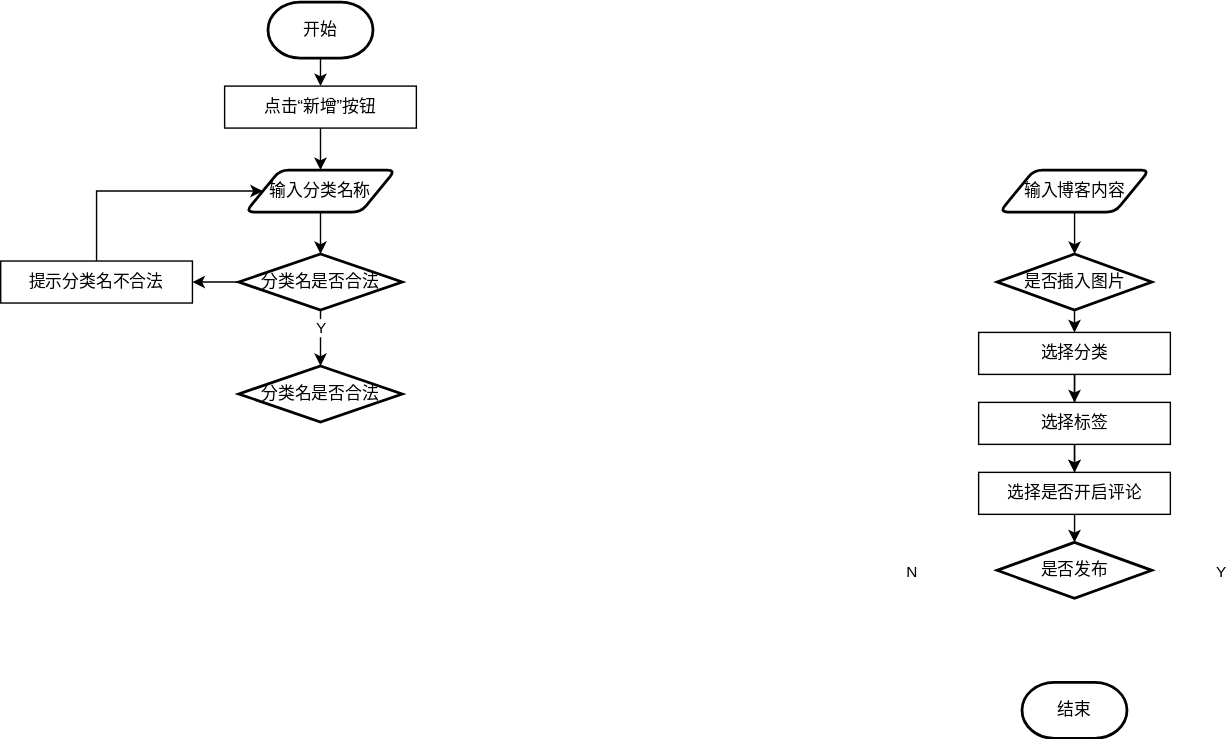
Before: 分类新增功能流程图.drawio.svg, a diagram exported from draw.io (zyl-2000/draw). Source tidied: cells renumbered, new cells last; positions are measured from the earlier drawing's top-left corner, leaving out a move shared by most shapes.
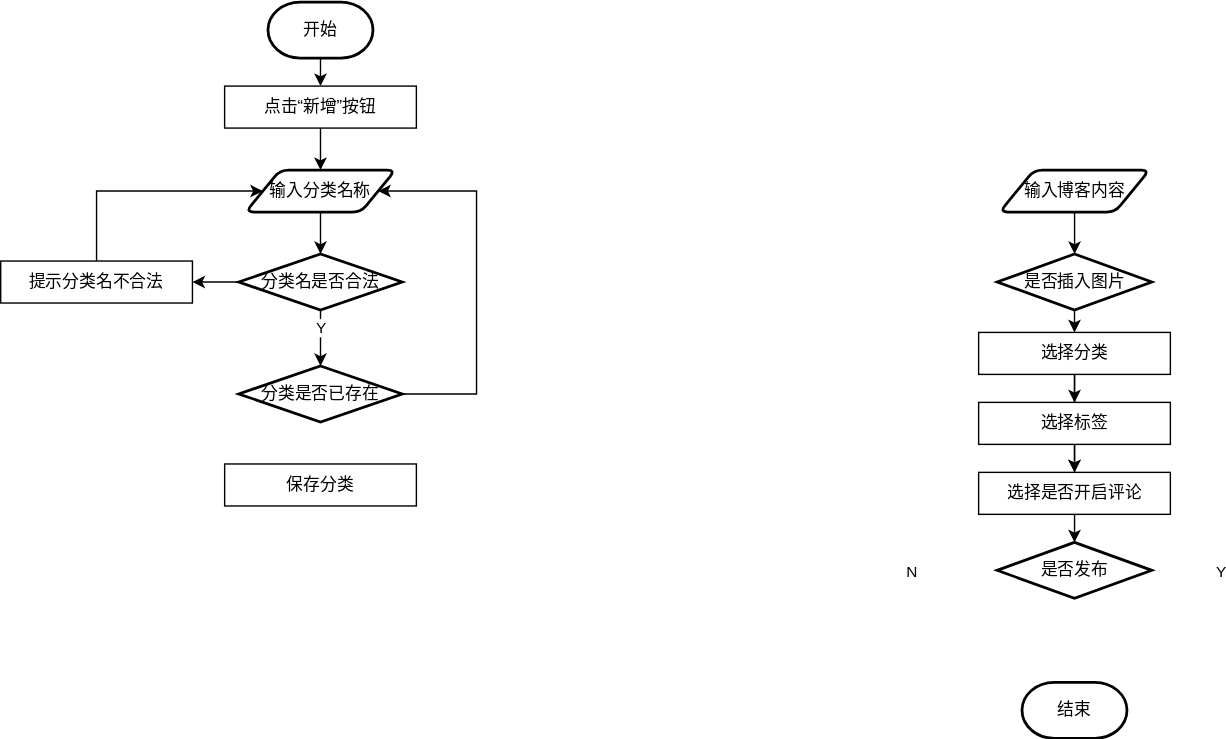
The same diagram one commit later.

Commit message:
更新分类新增功能流程图.drawio.svg

Change to the diagram source:
```diff
@@ -87,8 +87,19 @@
     <mxCell id="28" value="提示分类名不合法" style="rounded=0;whiteSpace=wrap;html=1;" parent="1" vertex="1">
       <mxGeometry y="185" width="137" height="30" as="geometry" />
     </mxCell>
+    <mxCell id="30" style="edgeStyle=orthogonalEdgeStyle;rounded=0;jettySize=auto;html=1;exitX=1;exitY=0.5;exitDx=0;exitDy=0;exitPerimeter=0;entryX=1;entryY=0.5;entryDx=0;entryDy=0;" parent="1" edge="1" source="29" target="6">
+      <mxGeometry relative="1" as="geometry">
+        <Array as="points">
+          <mxPoint x="340" y="280" />
+          <mxPoint x="340" y="135" />
+        </Array>
+      </mxGeometry>
+    </mxCell>
-    <mxCell id="29" value="分类名是否合法" style="strokeWidth=2;html=1;shape=mxgraph.flowchart.decision;whiteSpace=wrap;" parent="1" vertex="1">
+    <mxCell id="29" value="分类是否已存在" style="strokeWidth=2;html=1;shape=mxgraph.flowchart.decision;whiteSpace=wrap;" parent="1" vertex="1">
       <mxGeometry x="170.1" y="260" width="116.8" height="40" as="geometry" />
     </mxCell>
+    <mxCell id="31" value="保存分类" style="rounded=0;whiteSpace=wrap;html=1;" parent="1" vertex="1">
+      <mxGeometry x="160" y="330" width="137" height="30" as="geometry" />
+    </mxCell>
   </root>
 </mxGraphModel>
```
